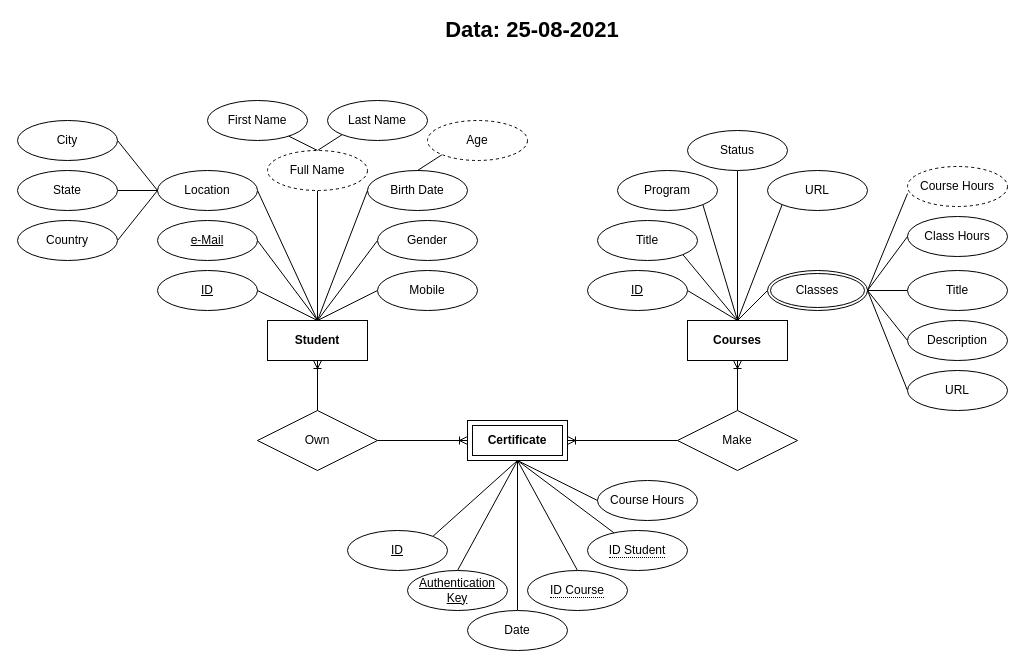
The draw.io diagram planning/Data_Models/High-Level-Conceptual/Modelo-Entidade-Relacionamento.drawio in acremonezi/Projeto-Integrador-em-Computacao-I, before the edit. Source tidied: cells renumbered, new cells numbered last; positions are measured from the earlier drawing's top-left corner, leaving out a move shared by most shapes. Both pictures are drawn from the tidied source at 100%, with x=0, y=0 at pixel (17, 20).
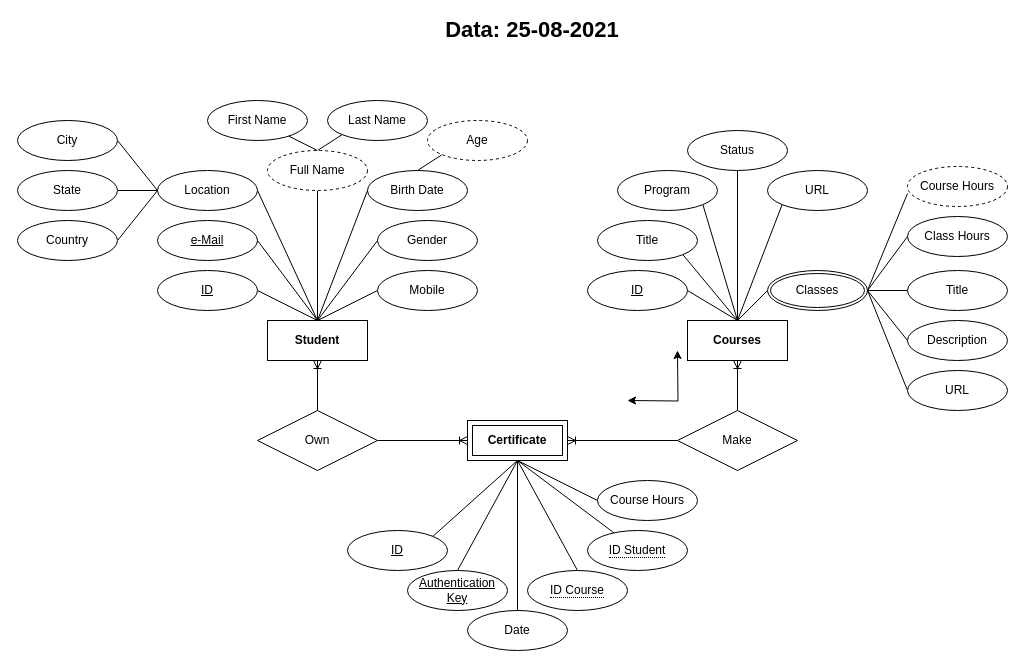
The same diagram, later.

What changed in the source:
```diff
@@
+    <mxCell id="77" style="endArrow=classic;startArrow=classic;html=1;rounded=0;edgeStyle=orthogonalEdgeStyle;" parent="1" edge="1">
+      <mxGeometry relative="1" as="geometry">
+        <mxPoint x="610" y="380" as="sourcePoint" />
+        <mxPoint x="660" y="330" as="targetPoint" />
+      </mxGeometry>
+    </mxCell>
```
